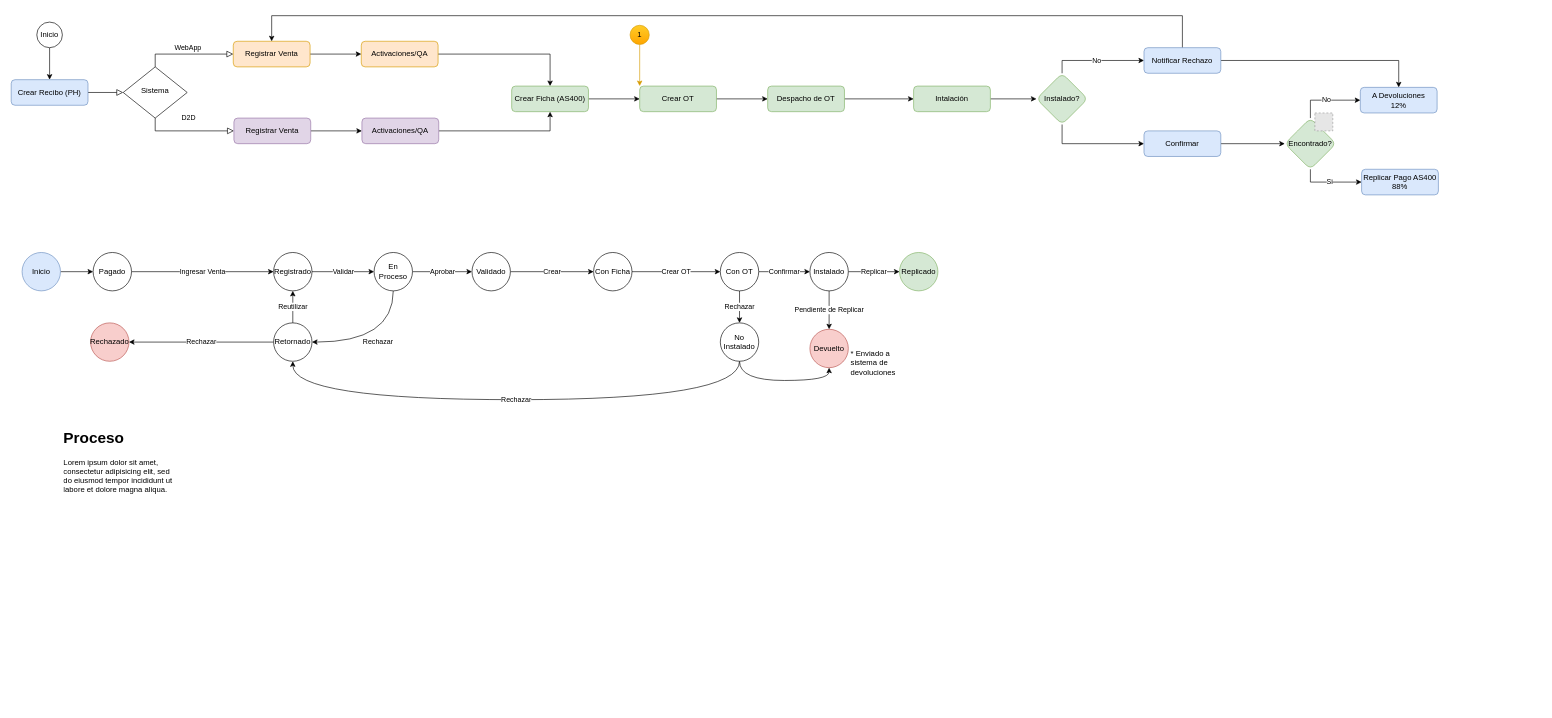
The draw.io diagram Diagrama sin título.drawio in prtigofn/Dev2.0, before the edit. Source tidied: cells renumbered, new cells numbered last; positions are measured from the earlier drawing's top-left corner, leaving out a move shared by most shapes. Both pictures are drawn from the tidied source at 64%, with x=0, y=0 at pixel (11, 15). Pictures stored in the file or linked from it are replaced by grey dashed boxes.
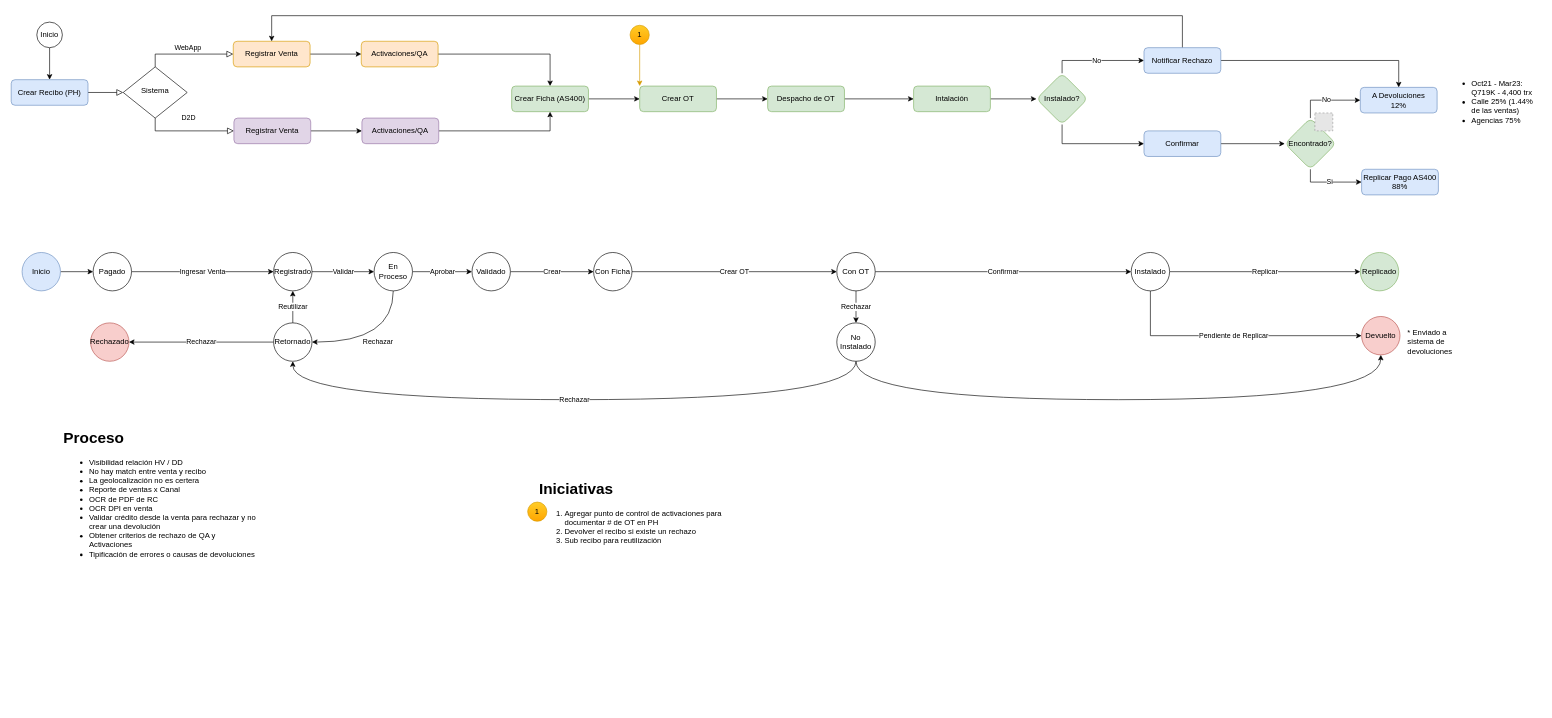
Above is the later version.

The change refers to these unchanged cells:
```xml
<mxCell id="30" value="Retornado" style="ellipse;whiteSpace=wrap;html=1;" parent="1" vertex="1">
  <mxGeometry x="410" y="480" width="60" height="60" as="geometry" />
</mxCell>
```

Diff of the diagram source:
```diff
@@
     <mxCell id="40" value="Con OT" style="ellipse;whiteSpace=wrap;html=1;" parent="1" vertex="1">
-      <mxGeometry x="1108" y="370" width="60" height="60" as="geometry" />
+      <mxGeometry x="1290" y="370" width="60" height="60" as="geometry" />
     </mxCell>
@@
-    <mxCell id="62" value="Pendiente de Replicar" style="edgeStyle=orthogonalEdgeStyle;rounded=0;jettySize=auto;html=1;" parent="1" edge="1" source="63" target="68">
+    <mxCell id="62" value="Pendiente de Replicar" style="edgeStyle=orthogonalEdgeStyle;rounded=0;jettySize=auto;html=1;exitX=0.5;exitY=1;exitDx=0;exitDy=0;entryX=0;entryY=0.5;entryDx=0;entryDy=0;" parent="1" edge="1" source="63" target="68">
       <mxGeometry relative="1" as="geometry" />
     </mxCell>
     <mxCell id="63" value="Instalado" style="ellipse;whiteSpace=wrap;html=1;" parent="1" vertex="1">
-      <mxGeometry x="1248" y="370" width="60" height="60" as="geometry" />
+      <mxGeometry x="1750" y="370" width="60" height="60" as="geometry" />
     </mxCell>
     <mxCell id="64" value="Rechazar" style="edgeStyle=orthogonalEdgeStyle;rounded=0;jettySize=auto;html=1;entryX=0.5;entryY=1;entryDx=0;entryDy=0;curved=1;exitX=0.5;exitY=1;exitDx=0;exitDy=0;" parent="1" edge="1" source="66" target="30">
       <mxGeometry relative="1" as="geometry">
         <Array as="points">
-          <mxPoint x="1138" y="600" />
+          <mxPoint x="1320" y="600" />
           <mxPoint x="440" y="600" />
         </Array>
       </mxGeometry>
     </mxCell>
     <mxCell id="65" style="edgeStyle=orthogonalEdgeStyle;rounded=0;jettySize=auto;html=1;entryX=0.5;entryY=1;entryDx=0;entryDy=0;curved=1;exitX=0.5;exitY=1;exitDx=0;exitDy=0;" parent="1" edge="1" source="66" target="68">
-      <mxGeometry relative="1" as="geometry" />
+      <mxGeometry relative="1" as="geometry">
+        <Array as="points">
+          <mxPoint x="1320" y="600" />
+          <mxPoint x="2140" y="600" />
+        </Array>
+      </mxGeometry>
     </mxCell>
     <mxCell id="66" value="No Instalado" style="ellipse;whiteSpace=wrap;html=1;" parent="1" vertex="1">
-      <mxGeometry x="1108" y="480" width="60" height="60" as="geometry" />
+      <mxGeometry x="1290" y="480" width="60" height="60" as="geometry" />
     </mxCell>
     <mxCell id="67" value="Replicado" style="ellipse;whiteSpace=wrap;html=1;fillColor=#d5e8d4;strokeColor=#82b366;" parent="1" vertex="1">
-      <mxGeometry x="1388" y="370" width="60" height="60" as="geometry" />
+      <mxGeometry x="2108" y="370" width="60" height="60" as="geometry" />
     </mxCell>
     <mxCell id="68" value="Devuelto" style="ellipse;whiteSpace=wrap;html=1;fillColor=#f8cecc;strokeColor=#b85450;" parent="1" vertex="1">
-      <mxGeometry x="1248" y="490" width="60" height="60" as="geometry" />
+      <mxGeometry x="2110" y="470" width="60" height="60" as="geometry" />
     </mxCell>
-    <mxCell id="69" value="&lt;h1&gt;Proceso&lt;/h1&gt;&lt;p&gt;Lorem ipsum dolor sit amet, consectetur adipisicing elit, sed do eiusmod tempor incididunt ut labore et dolore magna aliqua.&lt;/p&gt;" style="text;html=1;strokeColor=none;fillColor=none;spacing=5;spacingTop=-20;whiteSpace=wrap;overflow=hidden;rounded=0;" parent="1" vertex="1">
-      <mxGeometry x="77" y="640" width="190" height="120" as="geometry" />
+    <mxCell id="69" value="&lt;h1&gt;Proceso&lt;/h1&gt;&lt;p&gt;&lt;/p&gt;&lt;ul&gt;&lt;li&gt;Visibilidad relación HV / DD&lt;/li&gt;&lt;li&gt;No hay match entre venta y recibo&lt;/li&gt;&lt;li&gt;La geolocalización no es certera&lt;/li&gt;&lt;li&gt;Reporte de ventas x Canal&lt;/li&gt;&lt;li&gt;OCR de PDF de RC&lt;/li&gt;&lt;li&gt;OCR DPI en venta&lt;/li&gt;&lt;li&gt;Validar crédito desde la venta para rechazar y no crear una devolución&lt;/li&gt;&lt;li&gt;Obtener criterios de rechazo de QA y Activaciones&lt;/li&gt;&lt;li&gt;Tipificación de errores o causas de devoluciones&lt;/li&gt;&lt;/ul&gt;&lt;p&gt;&lt;/p&gt;" style="text;html=1;strokeColor=none;fillColor=none;spacing=5;spacingTop=-20;whiteSpace=wrap;overflow=hidden;rounded=0;" parent="1" vertex="1">
+      <mxGeometry x="77" y="640" width="313" height="440" as="geometry" />
     </mxCell>
     <mxCell id="70" value="* Enviado a sistema de devoluciones" style="text;html=1;strokeColor=none;fillColor=none;align=left;verticalAlign=middle;whiteSpace=wrap;rounded=0;" parent="1" vertex="1">
-      <mxGeometry x="1310" y="520" width="90" height="45" as="geometry" />
+      <mxGeometry x="2180" y="487.5" width="90" height="45" as="geometry" />
     </mxCell>
+    <mxCell id="71" value="1" style="ellipse;whiteSpace=wrap;html=1;fillColor=#ffcd28;strokeColor=#d79b00;gradientColor=#ffa500;" parent="1" vertex="1">
+      <mxGeometry x="807" y="760" width="30" height="30" as="geometry" />
+    </mxCell>
+    <mxCell id="72" value="&lt;h1&gt;Iniciativas&lt;/h1&gt;&lt;p&gt;&lt;/p&gt;&lt;ol&gt;&lt;li&gt;Agregar punto de control de activaciones para documentar # de OT en PH&lt;/li&gt;&lt;li&gt;Devolver el recibo si existe un rechazo&lt;/li&gt;&lt;li&gt;Sub recibo para reutilización&lt;/li&gt;&lt;/ol&gt;&lt;p&gt;&lt;/p&gt;" style="text;html=1;strokeColor=none;fillColor=none;spacing=5;spacingTop=-20;whiteSpace=wrap;overflow=hidden;rounded=0;" parent="1" vertex="1">
+      <mxGeometry x="820" y="720" width="310" height="320" as="geometry" />
+    </mxCell>
+    <mxCell id="73" value="&lt;ul&gt;&lt;li&gt;Oct21 - Mar23: Q719K - 4,400 trx&lt;/li&gt;&lt;li&gt;Calle 25% (1.44% de las ventas)&lt;/li&gt;&lt;li&gt;Agencias 75%&lt;/li&gt;&lt;/ul&gt;" style="text;html=1;strokeColor=none;fillColor=none;align=left;verticalAlign=top;whiteSpace=wrap;rounded=0;" parent="1" vertex="1">
+      <mxGeometry x="2240" y="80" width="150" height="130" as="geometry" />
+    </mxCell>
```
